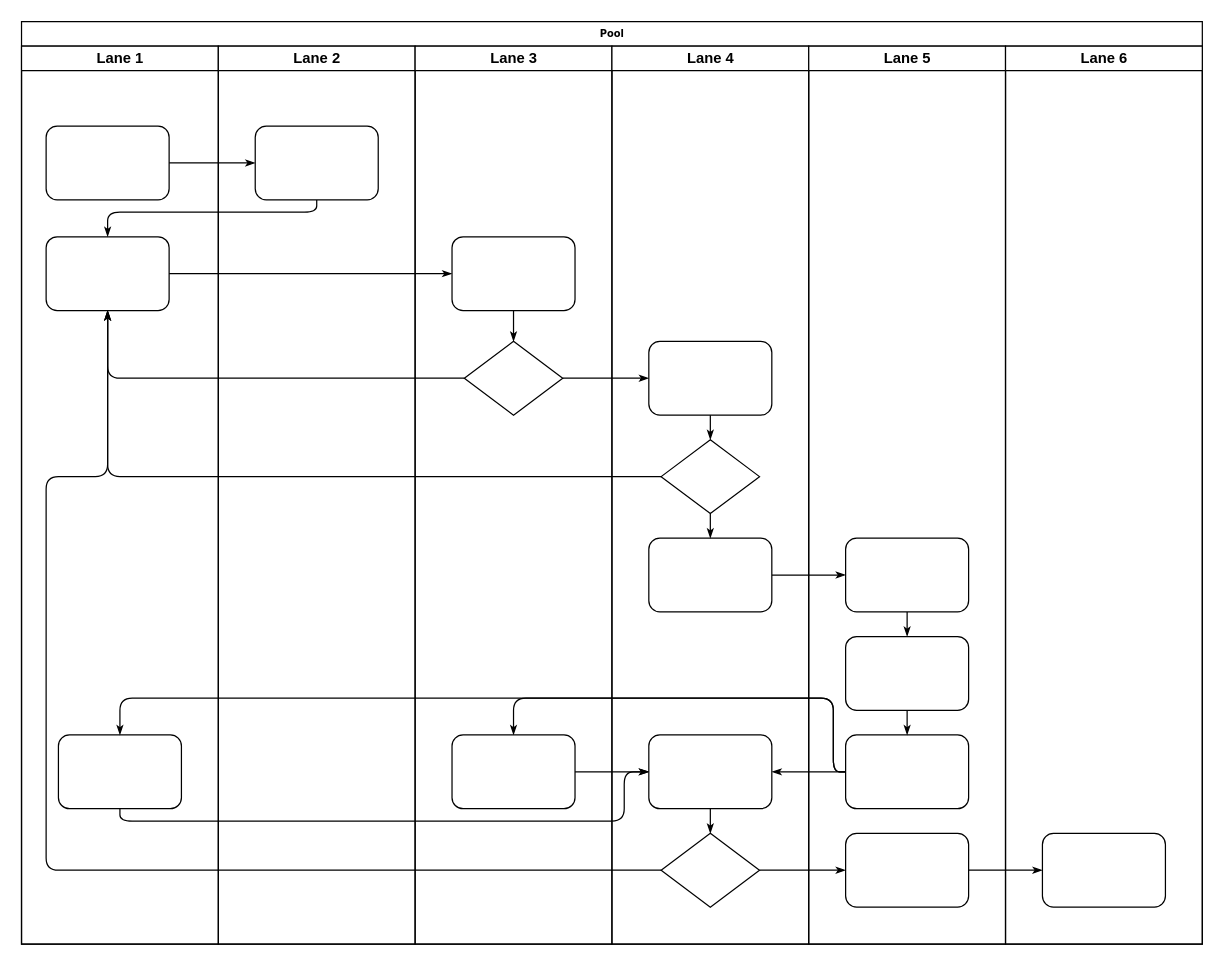
The draw.io diagram Arquitetura-Pipeline.drawio in Minsait-Teste/desafio-minsait, before the edit. Source tidied: cells renumbered, new cells numbered last; positions are measured from the earlier drawing's top-left corner, leaving out a move shared by most shapes. Both pictures are drawn from the tidied source at 123%, with x=0, y=0 at pixel (21, 21).
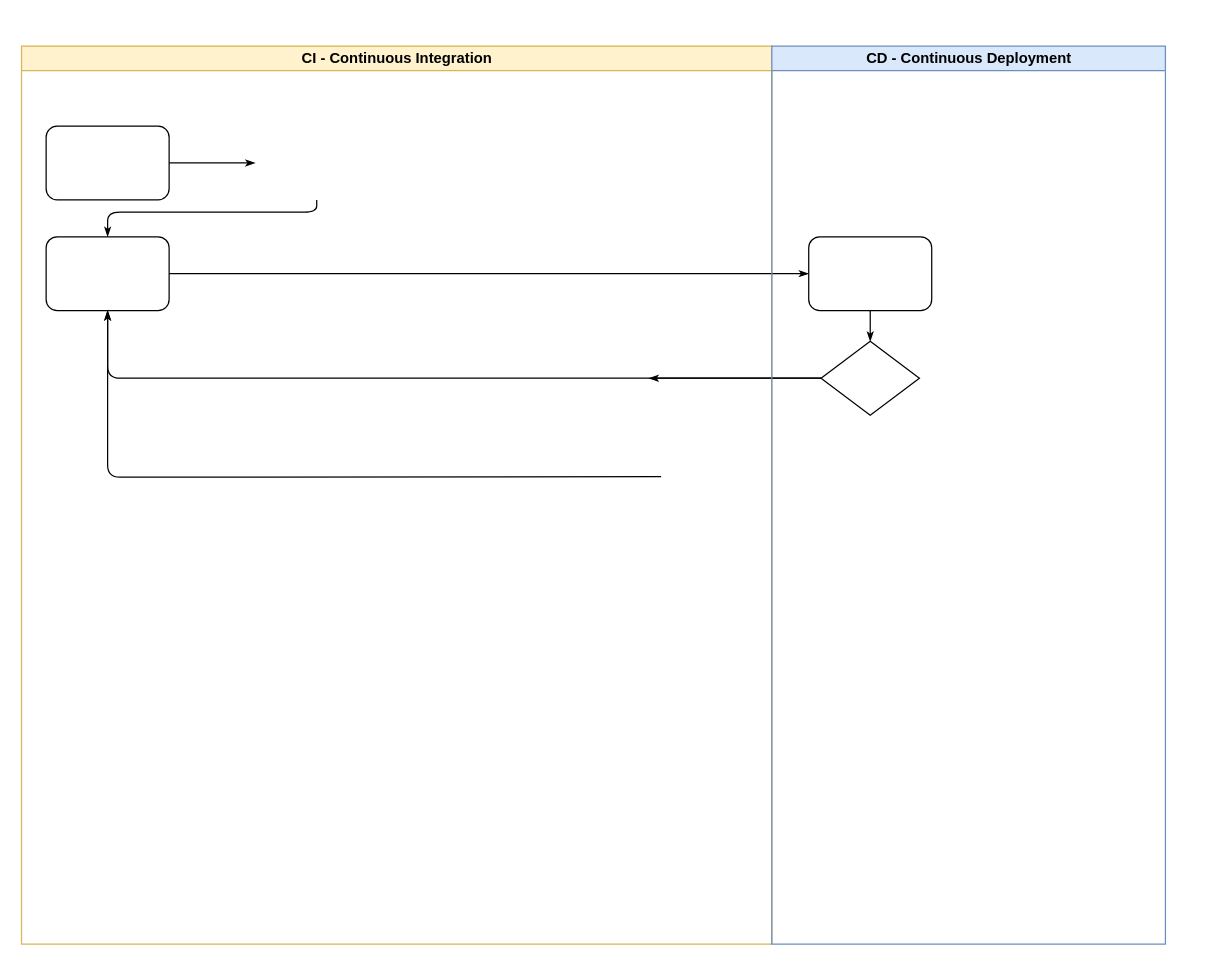
The same page after the edit.

The change refers to these unchanged cells:
```xml
<mxCell id="4" style="rounded=1;whiteSpace=wrap;html=1;shadow=0;labelBackgroundColor=none;strokeWidth=1;fontFamily=Verdana;fontSize=8;align=center;" parent="3" vertex="1">
  <mxGeometry x="20" y="65" width="100" height="60" as="geometry" />
</mxCell>
<mxCell id="5" style="rounded=1;whiteSpace=wrap;html=1;shadow=0;labelBackgroundColor=none;strokeWidth=1;fontFamily=Verdana;fontSize=8;align=center;" parent="3" vertex="1">
  <mxGeometry x="20" y="155" width="100" height="60" as="geometry" />
</mxCell>
<mxCell id="25" style="rounded=1;whiteSpace=wrap;html=1;shadow=0;labelBackgroundColor=none;strokeWidth=1;fontFamily=Verdana;fontSize=8;align=center;" parent="24" vertex="1">
  <mxGeometry x="30" y="155" width="100" height="60" as="geometry" />
</mxCell>
<mxCell id="26" style="rhombus;whiteSpace=wrap;html=1;rounded=0;shadow=0;labelBackgroundColor=none;strokeWidth=1;fontFamily=Verdana;fontSize=8;align=center;" parent="24" vertex="1">
  <mxGeometry x="40" y="240" width="80" height="60" as="geometry" />
</mxCell>
```

The edit, as a diff of the source:
```diff
@@
-    <mxCell id="2" value="Pool" style="swimlane;html=1;startSize=20;rounded=0;shadow=0;labelBackgroundColor=none;strokeWidth=1;fontFamily=Verdana;fontSize=8;align=center;" parent="1" vertex="1">
-      <mxGeometry width="960" height="750" as="geometry" />
-    </mxCell>
-    <mxCell id="3" value="Lane 1" style="swimlane;html=1;startSize=20;" parent="2" vertex="1">
-      <mxGeometry y="20" width="160" height="730" as="geometry" />
+    <mxCell id="3" value="CI - Continuous Integration" style="swimlane;html=1;startSize=20;fillColor=#fff2cc;strokeColor=#d6b656;" parent="1" vertex="1">
+      <mxGeometry y="20" width="610" height="730" as="geometry" />
     </mxCell>
@@
-    <mxCell id="6" style="rounded=1;whiteSpace=wrap;html=1;shadow=0;labelBackgroundColor=none;strokeWidth=1;fontFamily=Verdana;fontSize=8;align=center;" parent="3" vertex="1">
-      <mxGeometry x="30" y="560" width="100" height="60" as="geometry" />
-    </mxCell>
-    <mxCell id="7" style="edgeStyle=orthogonalEdgeStyle;rounded=1;html=1;labelBackgroundColor=none;startArrow=none;startFill=0;startSize=5;endArrow=classicThin;endFill=1;endSize=5;jettySize=auto;strokeWidth=1;fontFamily=Verdana;fontSize=8;" parent="2" edge="1" source="4" target="23">
-      <mxGeometry relative="1" as="geometry" />
+    <mxCell id="7" style="edgeStyle=orthogonalEdgeStyle;rounded=1;html=1;labelBackgroundColor=none;startArrow=none;startFill=0;startSize=5;endArrow=classicThin;endFill=1;endSize=5;jettySize=auto;strokeWidth=1;fontFamily=Verdana;fontSize=8;" parent="1" edge="1" source="4">
+      <mxGeometry relative="1" as="geometry">
+        <mxPoint x="190" y="115" as="targetPoint" />
+      </mxGeometry>
     </mxCell>
-    <mxCell id="8" style="edgeStyle=orthogonalEdgeStyle;rounded=1;html=1;labelBackgroundColor=none;startArrow=none;startFill=0;startSize=5;endArrow=classicThin;endFill=1;endSize=5;jettySize=auto;strokeWidth=1;fontFamily=Verdana;fontSize=8;" parent="2" edge="1" source="23" target="5">
+    <mxCell id="8" style="edgeStyle=orthogonalEdgeStyle;rounded=1;html=1;labelBackgroundColor=none;startArrow=none;startFill=0;startSize=5;endArrow=classicThin;endFill=1;endSize=5;jettySize=auto;strokeWidth=1;fontFamily=Verdana;fontSize=8;" parent="1" edge="1" target="5">
       <mxGeometry relative="1" as="geometry">
+        <mxPoint x="240" y="145" as="sourcePoint" />
         <Array as="points">
           <mxPoint x="240" y="155" />
           <mxPoint x="70" y="155" />
         </Array>
       </mxGeometry>
     </mxCell>
-    <mxCell id="9" style="edgeStyle=orthogonalEdgeStyle;rounded=1;html=1;labelBackgroundColor=none;startArrow=none;startFill=0;startSize=5;endArrow=classicThin;endFill=1;endSize=5;jettySize=auto;strokeWidth=1;fontFamily=Verdana;fontSize=8;" parent="2" edge="1" source="5" target="25">
+    <mxCell id="9" style="edgeStyle=orthogonalEdgeStyle;rounded=1;html=1;labelBackgroundColor=none;startArrow=none;startFill=0;startSize=5;endArrow=classicThin;endFill=1;endSize=5;jettySize=auto;strokeWidth=1;fontFamily=Verdana;fontSize=8;" parent="1" edge="1" source="5" target="25">
       <mxGeometry relative="1" as="geometry" />
     </mxCell>
-    <mxCell id="10" style="edgeStyle=orthogonalEdgeStyle;rounded=1;html=1;labelBackgroundColor=none;startArrow=none;startFill=0;startSize=5;endArrow=classicThin;endFill=1;endSize=5;jettySize=auto;strokeWidth=1;fontFamily=Verdana;fontSize=8;" parent="2" edge="1" source="26" target="5">
+    <mxCell id="10" style="edgeStyle=orthogonalEdgeStyle;rounded=1;html=1;labelBackgroundColor=none;startArrow=none;startFill=0;startSize=5;endArrow=classicThin;endFill=1;endSize=5;jettySize=auto;strokeWidth=1;fontFamily=Verdana;fontSize=8;" parent="1" edge="1" source="26" target="5">
       <mxGeometry relative="1" as="geometry" />
     </mxCell>
-    <mxCell id="11" style="edgeStyle=orthogonalEdgeStyle;rounded=1;html=1;labelBackgroundColor=none;startArrow=none;startFill=0;startSize=5;endArrow=classicThin;endFill=1;endSize=5;jettySize=auto;strokeWidth=1;fontFamily=Verdana;fontSize=8;" parent="2" edge="1" source="31" target="5">
-      <mxGeometry relative="1" as="geometry" />
+    <mxCell id="11" style="edgeStyle=orthogonalEdgeStyle;rounded=1;html=1;labelBackgroundColor=none;startArrow=none;startFill=0;startSize=5;endArrow=classicThin;endFill=1;endSize=5;jettySize=auto;strokeWidth=1;fontFamily=Verdana;fontSize=8;" parent="1" edge="1" target="5">
+      <mxGeometry relative="1" as="geometry">
+        <mxPoint x="520" y="370" as="sourcePoint" />
+      </mxGeometry>
     </mxCell>
-    <mxCell id="12" style="edgeStyle=orthogonalEdgeStyle;rounded=1;html=1;labelBackgroundColor=none;startArrow=none;startFill=0;startSize=5;endArrow=classicThin;endFill=1;endSize=5;jettySize=auto;strokeWidth=1;fontFamily=Verdana;fontSize=8;" parent="2" edge="1" source="34" target="5">
-      <mxGeometry relative="1" as="geometry">
-        <Array as="points">
-          <mxPoint x="20" y="690" />
-          <mxPoint x="20" y="370" />
-          <mxPoint x="70" y="370" />
-        </Array>
-      </mxGeometry>
-    </mxCell>
-    <mxCell id="13" style="edgeStyle=orthogonalEdgeStyle;rounded=1;html=1;labelBackgroundColor=none;startArrow=none;startFill=0;startSize=5;endArrow=classicThin;endFill=1;endSize=5;jettySize=auto;strokeWidth=1;fontFamily=Verdana;fontSize=8;" parent="2" edge="1" source="26" target="30">
-      <mxGeometry relative="1" as="geometry" />
+    <mxCell id="13" style="edgeStyle=orthogonalEdgeStyle;rounded=1;html=1;labelBackgroundColor=none;startArrow=none;startFill=0;startSize=5;endArrow=classicThin;endFill=1;endSize=5;jettySize=auto;strokeWidth=1;fontFamily=Verdana;fontSize=8;" parent="1" edge="1" source="26">
+      <mxGeometry relative="1" as="geometry">
+        <mxPoint x="510" y="290" as="targetPoint" />
+      </mxGeometry>
     </mxCell>
-    <mxCell id="14" style="edgeStyle=orthogonalEdgeStyle;rounded=1;html=1;labelBackgroundColor=none;startArrow=none;startFill=0;startSize=5;endArrow=classicThin;endFill=1;endSize=5;jettySize=auto;strokeWidth=1;fontFamily=Verdana;fontSize=8;" parent="2" edge="1" source="34" target="42">
-      <mxGeometry relative="1" as="geometry" />
-    </mxCell>
-    <mxCell id="15" style="edgeStyle=orthogonalEdgeStyle;rounded=1;html=1;labelBackgroundColor=none;startArrow=none;startFill=0;startSize=5;endArrow=classicThin;endFill=1;endSize=5;jettySize=auto;strokeWidth=1;fontFamily=Verdana;fontSize=8;" parent="2" edge="1" source="42" target="46">
-      <mxGeometry relative="1" as="geometry" />
-    </mxCell>
-    <mxCell id="16" style="edgeStyle=orthogonalEdgeStyle;rounded=1;html=1;labelBackgroundColor=none;startArrow=none;startFill=0;startSize=5;endArrow=classicThin;endFill=1;endSize=5;jettySize=auto;strokeWidth=1;fontFamily=Verdana;fontSize=8;" parent="2" edge="1" source="32" target="39">
-      <mxGeometry relative="1" as="geometry" />
-    </mxCell>
-    <mxCell id="17" style="edgeStyle=orthogonalEdgeStyle;rounded=1;html=1;labelBackgroundColor=none;startArrow=none;startFill=0;startSize=5;endArrow=classicThin;endFill=1;endSize=5;jettySize=auto;strokeWidth=1;fontFamily=Verdana;fontSize=8;" parent="2" edge="1" source="41" target="27">
-      <mxGeometry relative="1" as="geometry">
-        <Array as="points">
-          <mxPoint x="660" y="610" />
-          <mxPoint x="660" y="550" />
-          <mxPoint x="400" y="550" />
-        </Array>
-      </mxGeometry>
-    </mxCell>
-    <mxCell id="18" style="edgeStyle=orthogonalEdgeStyle;rounded=1;html=1;labelBackgroundColor=none;startArrow=none;startFill=0;startSize=5;endArrow=classicThin;endFill=1;endSize=5;jettySize=auto;strokeColor=#000000;strokeWidth=1;fontFamily=Verdana;fontSize=8;fontColor=#000000;" parent="2" edge="1" source="41" target="33">
-      <mxGeometry relative="1" as="geometry" />
-    </mxCell>
-    <mxCell id="19" style="edgeStyle=orthogonalEdgeStyle;rounded=1;html=1;labelBackgroundColor=none;startArrow=none;startFill=0;startSize=5;endArrow=classicThin;endFill=1;endSize=5;jettySize=auto;strokeWidth=1;fontFamily=Verdana;fontSize=8;" parent="2" edge="1" source="41" target="6">
-      <mxGeometry relative="1" as="geometry">
-        <Array as="points">
-          <mxPoint x="660" y="610" />
-          <mxPoint x="660" y="550" />
-          <mxPoint x="80" y="550" />
-        </Array>
-      </mxGeometry>
-    </mxCell>
-    <mxCell id="20" style="edgeStyle=orthogonalEdgeStyle;rounded=1;html=1;labelBackgroundColor=none;startArrow=none;startFill=0;startSize=5;endArrow=classicThin;endFill=1;endSize=5;jettySize=auto;strokeWidth=1;fontFamily=Verdana;fontSize=8;" parent="2" edge="1" source="6" target="33">
-      <mxGeometry relative="1" as="geometry">
-        <Array as="points">
-          <mxPoint x="80" y="650" />
-          <mxPoint x="490" y="650" />
-          <mxPoint x="490" y="610" />
-        </Array>
-      </mxGeometry>
-    </mxCell>
-    <mxCell id="21" style="edgeStyle=orthogonalEdgeStyle;rounded=1;html=1;labelBackgroundColor=none;startArrow=none;startFill=0;startSize=5;endArrow=classicThin;endFill=1;endSize=5;jettySize=auto;strokeWidth=1;fontFamily=Verdana;fontSize=8;" parent="2" edge="1" source="27" target="33">
-      <mxGeometry relative="1" as="geometry" />
-    </mxCell>
-    <mxCell id="22" value="Lane 2" style="swimlane;html=1;startSize=20;" parent="2" vertex="1">
-      <mxGeometry x="160" y="20" width="160" height="730" as="geometry" />
-    </mxCell>
-    <mxCell id="23" style="rounded=1;whiteSpace=wrap;html=1;shadow=0;labelBackgroundColor=none;strokeWidth=1;fontFamily=Verdana;fontSize=8;align=center;" parent="22" vertex="1">
-      <mxGeometry x="30" y="65" width="100" height="60" as="geometry" />
-    </mxCell>
-    <mxCell id="24" value="Lane 3" style="swimlane;html=1;startSize=20;" parent="2" vertex="1">
-      <mxGeometry x="320" y="20" width="160" height="730" as="geometry" />
+    <mxCell id="24" value="CD - Continuous Deployment" style="swimlane;html=1;startSize=20;fillColor=#dae8fc;strokeColor=#6c8ebf;" parent="1" vertex="1">
+      <mxGeometry x="610" y="20" width="320" height="730" as="geometry" />
     </mxCell>
@@
-    <mxCell id="27" style="rounded=1;whiteSpace=wrap;html=1;shadow=0;labelBackgroundColor=none;strokeWidth=1;fontFamily=Verdana;fontSize=8;align=center;" parent="24" vertex="1">
-      <mxGeometry x="30" y="560" width="100" height="60" as="geometry" />
-    </mxCell>
@@
-    <mxCell id="29" value="Lane 4" style="swimlane;html=1;startSize=20;" parent="2" vertex="1">
-      <mxGeometry x="480" y="20" width="160" height="730" as="geometry" />
-    </mxCell>
-    <mxCell id="30" style="rounded=1;whiteSpace=wrap;html=1;shadow=0;labelBackgroundColor=none;strokeWidth=1;fontFamily=Verdana;fontSize=8;align=center;" parent="29" vertex="1">
-      <mxGeometry x="30" y="240" width="100" height="60" as="geometry" />
-    </mxCell>
-    <mxCell id="31" style="rhombus;whiteSpace=wrap;html=1;rounded=0;shadow=0;labelBackgroundColor=none;strokeWidth=1;fontFamily=Verdana;fontSize=8;align=center;" parent="29" vertex="1">
-      <mxGeometry x="40" y="320" width="80" height="60" as="geometry" />
-    </mxCell>
-    <mxCell id="32" style="rounded=1;whiteSpace=wrap;html=1;shadow=0;labelBackgroundColor=none;strokeWidth=1;fontFamily=Verdana;fontSize=8;align=center;" parent="29" vertex="1">
-      <mxGeometry x="30" y="400" width="100" height="60" as="geometry" />
-    </mxCell>
-    <mxCell id="33" style="rounded=1;whiteSpace=wrap;html=1;shadow=0;labelBackgroundColor=none;strokeWidth=1;fontFamily=Verdana;fontSize=8;align=center;" parent="29" vertex="1">
-      <mxGeometry x="30" y="560" width="100" height="60" as="geometry" />
-    </mxCell>
-    <mxCell id="34" style="rhombus;whiteSpace=wrap;html=1;rounded=0;shadow=0;labelBackgroundColor=none;strokeWidth=1;fontFamily=Verdana;fontSize=8;align=center;" parent="29" vertex="1">
-      <mxGeometry x="40" y="640" width="80" height="60" as="geometry" />
-    </mxCell>
-    <mxCell id="35" style="edgeStyle=orthogonalEdgeStyle;rounded=1;html=1;labelBackgroundColor=none;startArrow=none;startFill=0;startSize=5;endArrow=classicThin;endFill=1;endSize=5;jettySize=auto;strokeColor=#000000;strokeWidth=1;fontFamily=Verdana;fontSize=8;fontColor=#000000;" parent="29" edge="1" source="30" target="31">
-      <mxGeometry relative="1" as="geometry" />
-    </mxCell>
-    <mxCell id="36" style="edgeStyle=orthogonalEdgeStyle;rounded=1;html=1;labelBackgroundColor=none;startArrow=none;startFill=0;startSize=5;endArrow=classicThin;endFill=1;endSize=5;jettySize=auto;strokeWidth=1;fontFamily=Verdana;fontSize=8;" parent="29" edge="1" source="31" target="32">
-      <mxGeometry relative="1" as="geometry" />
-    </mxCell>
-    <mxCell id="37" style="edgeStyle=orthogonalEdgeStyle;rounded=1;html=1;labelBackgroundColor=none;startArrow=none;startFill=0;startSize=5;endArrow=classicThin;endFill=1;endSize=5;jettySize=auto;strokeWidth=1;fontFamily=Verdana;fontSize=8;" parent="29" edge="1" source="33" target="34">
-      <mxGeometry relative="1" as="geometry" />
-    </mxCell>
-    <mxCell id="38" value="Lane 5" style="swimlane;html=1;startSize=20;" parent="2" vertex="1">
-      <mxGeometry x="640" y="20" width="160" height="730" as="geometry" />
-    </mxCell>
-    <mxCell id="39" style="rounded=1;whiteSpace=wrap;html=1;shadow=0;labelBackgroundColor=none;strokeWidth=1;fontFamily=Verdana;fontSize=8;align=center;" parent="38" vertex="1">
-      <mxGeometry x="30" y="400" width="100" height="60" as="geometry" />
-    </mxCell>
-    <mxCell id="40" style="rounded=1;whiteSpace=wrap;html=1;shadow=0;labelBackgroundColor=none;strokeWidth=1;fontFamily=Verdana;fontSize=8;align=center;" parent="38" vertex="1">
-      <mxGeometry x="30" y="480" width="100" height="60" as="geometry" />
-    </mxCell>
-    <mxCell id="41" style="rounded=1;whiteSpace=wrap;html=1;shadow=0;labelBackgroundColor=none;strokeWidth=1;fontFamily=Verdana;fontSize=8;align=center;" parent="38" vertex="1">
-      <mxGeometry x="30" y="560" width="100" height="60" as="geometry" />
-    </mxCell>
-    <mxCell id="42" style="rounded=1;whiteSpace=wrap;html=1;shadow=0;labelBackgroundColor=none;strokeWidth=1;fontFamily=Verdana;fontSize=8;align=center;" parent="38" vertex="1">
-      <mxGeometry x="30" y="640" width="100" height="60" as="geometry" />
-    </mxCell>
-    <mxCell id="43" style="edgeStyle=orthogonalEdgeStyle;rounded=1;html=1;labelBackgroundColor=none;startArrow=none;startFill=0;startSize=5;endArrow=classicThin;endFill=1;endSize=5;jettySize=auto;strokeWidth=1;fontFamily=Verdana;fontSize=8;" parent="38" edge="1" source="39" target="40">
-      <mxGeometry relative="1" as="geometry" />
-    </mxCell>
-    <mxCell id="44" style="edgeStyle=orthogonalEdgeStyle;rounded=1;html=1;labelBackgroundColor=none;startArrow=none;startFill=0;startSize=5;endArrow=classicThin;endFill=1;endSize=5;jettySize=auto;strokeWidth=1;fontFamily=Verdana;fontSize=8;" parent="38" edge="1" source="40" target="41">
-      <mxGeometry relative="1" as="geometry" />
-    </mxCell>
-    <mxCell id="45" value="Lane 6" style="swimlane;html=1;startSize=20;" parent="2" vertex="1">
-      <mxGeometry x="800" y="20" width="160" height="730" as="geometry" />
-    </mxCell>
-    <mxCell id="46" style="rounded=1;whiteSpace=wrap;html=1;shadow=0;labelBackgroundColor=none;strokeWidth=1;fontFamily=Verdana;fontSize=8;align=center;" parent="45" vertex="1">
-      <mxGeometry x="30" y="640" width="100" height="60" as="geometry" />
-    </mxCell>
```
